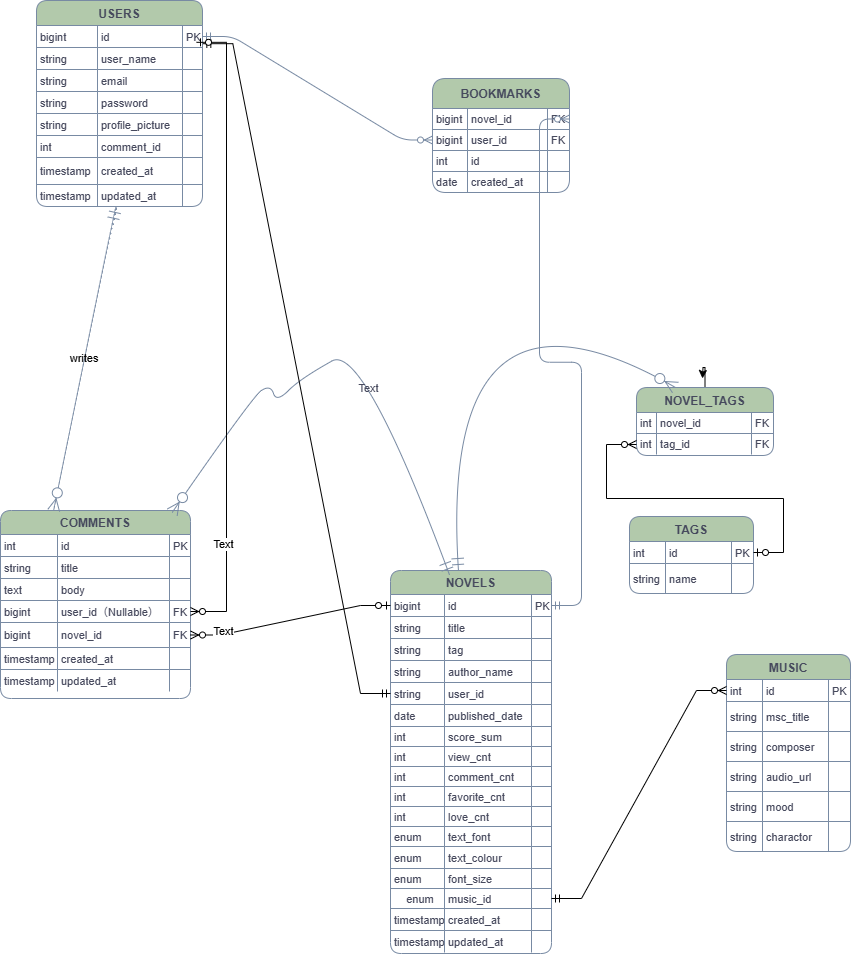
Before: 名称未設定ファイル.drawio.png, a diagram exported from draw.io (SYSTEMA556/NOVEL). Source tidied: cells renumbered, new cells last; positions are measured from the earlier drawing's top-left corner, leaving out a move shared by most shapes.
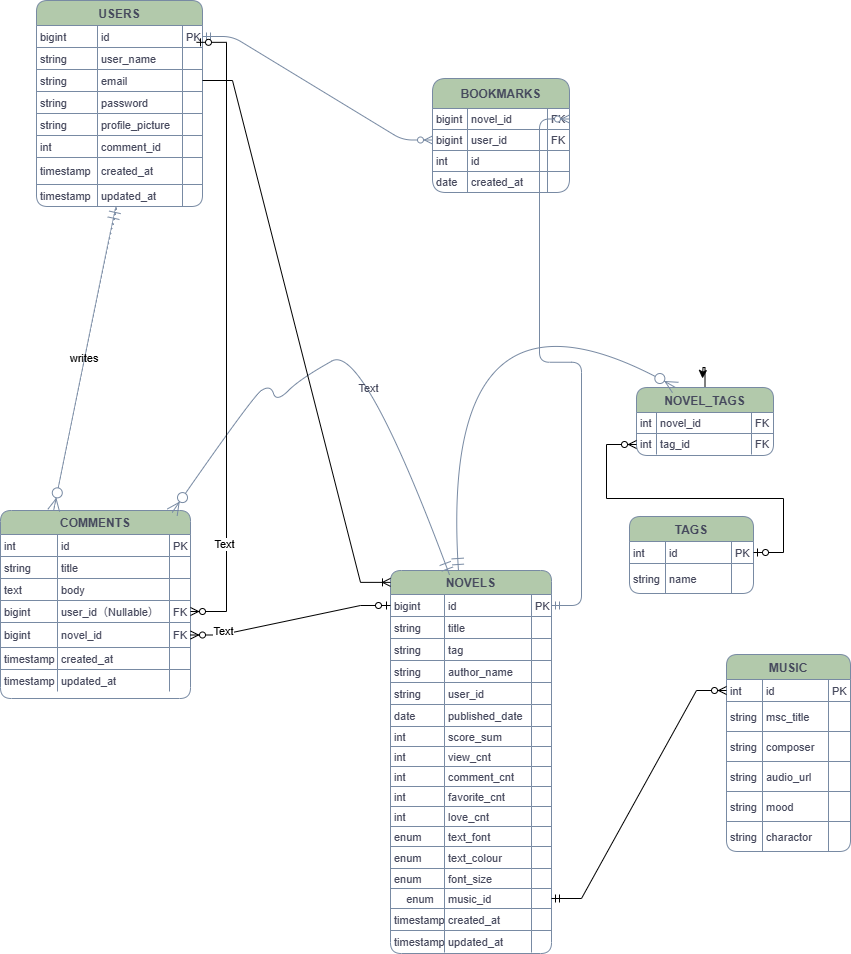
Above is the later version.

Commit message:
名称未設定ファイル.drawio.png を更新します

Diff of the diagram source:
```diff
@@ -564,14 +564,6 @@
         <mxPoint x="638" y="444" as="targetPoint" />
       </mxGeometry>
     </mxCell>
-    <mxCell id="176" style="edgeStyle=entityRelationEdgeStyle;fontSize=12;html=1;endArrow=ERmandOne;startArrow=ERmandOne;rounded=0;entryX=1.002;entryY=0.827;entryDx=0;entryDy=0;entryPerimeter=0;exitX=0;exitY=0.5;exitDx=0;exitDy=0;" parent="1" edge="1" source="52" target="3">
-      <mxGeometry relative="1" as="geometry">
-        <Array as="points">
-          <mxPoint x="224" y="138" />
-          <mxPoint x="290" y="456" />
-        </Array>
-      </mxGeometry>
-    </mxCell>
     <mxCell id="177" style="edgeStyle=entityRelationEdgeStyle;fontSize=12;html=1;endArrow=ERzeroToMany;startArrow=ERzeroToOne;rounded=0;entryX=1;entryY=0.5;entryDx=0;entryDy=0;exitX=1.014;exitY=0.765;exitDx=0;exitDy=0;exitPerimeter=0;" parent="1" edge="1" target="117">
       <mxGeometry relative="1" as="geometry">
         <mxPoint x="198" y="41.8" as="sourcePoint" />
@@ -673,5 +665,8 @@
     <mxCell id="206" style="edgeStyle=entityRelationEdgeStyle;fontSize=12;html=1;endArrow=ERzeroToMany;startArrow=ERmandOne;rounded=0;entryX=0;entryY=0.5;entryDx=0;entryDy=0;" parent="1" edge="1" source="92" target="182">
       <mxGeometry relative="1" as="geometry" />
     </mxCell>
+    <mxCell id="207" style="edgeStyle=entityRelationEdgeStyle;fontSize=12;html=1;endArrow=ERoneToMany;rounded=0;exitX=1;exitY=0.5;exitDx=0;exitDy=0;entryX=0;entryY=0.031;entryDx=0;entryDy=0;entryPerimeter=0;" parent="1" edge="1" source="11" target="35">
+      <mxGeometry relative="1" as="geometry" />
+    </mxCell>
   </root>
 </mxGraphModel>
```
